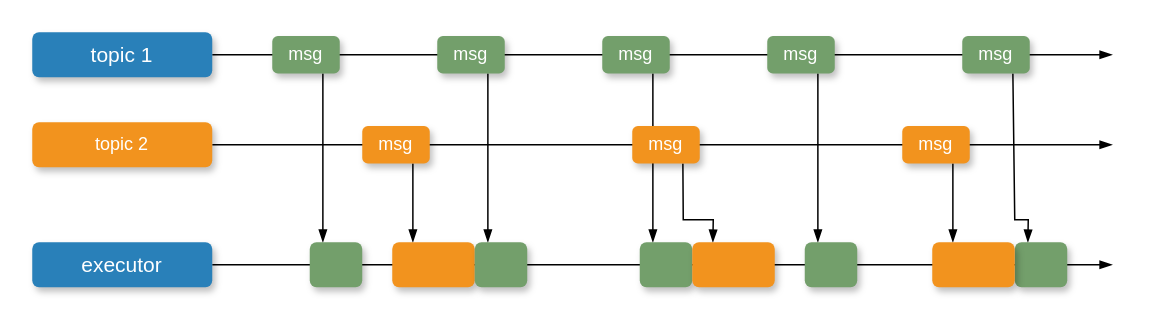
Beam-and-Spyrosoft/rtest keeps this draw.io diagram as rtest/doc/Concepts/draw.io/msg_timing.drawio. Above is the earlier version. Source tidied: cells renumbered, new cells numbered last; positions are measured from the earlier drawing's top-left corner, leaving out a move shared by most shapes. Both pictures are drawn from the tidied source at 150%, with x=0, y=0 at pixel (32, 32).
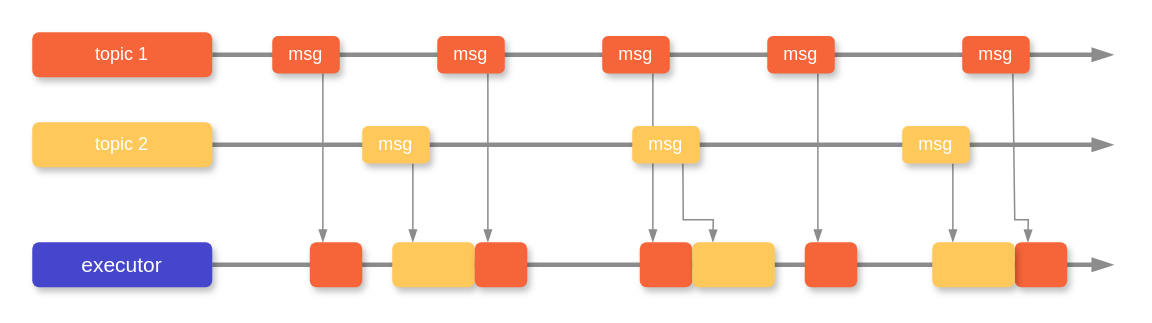
The same diagram, later.

Commit message (it also covers changes not shown here):
Update diagrams to higher resolution

Change to the diagram source:
```diff
@@
-    <mxCell id="2" style="edgeStyle=none;shape=connector;rounded=0;jettySize=auto;html=1;entryX=0.25;entryY=0;entryDx=0;entryDy=0;strokeColor=default;align=center;verticalAlign=middle;fontFamily=Helvetica;fontSize=11;fontColor=default;labelBackgroundColor=default;endArrow=blockThin;endFill=1;exitX=0.75;exitY=1;exitDx=0;exitDy=0;" parent="1" edge="1" source="18" target="19">
+    <mxCell id="2" style="edgeStyle=none;shape=connector;rounded=0;jettySize=auto;html=1;entryX=0.25;entryY=0;entryDx=0;entryDy=0;strokeColor=#8C8C8C;align=center;verticalAlign=middle;fontFamily=Helvetica;fontSize=11;fontColor=default;labelBackgroundColor=default;endArrow=blockThin;endFill=1;exitX=0.75;exitY=1;exitDx=0;exitDy=0;strokeWidth=1;" parent="1" edge="1" source="18" target="19">
       <mxGeometry relative="1" as="geometry" />
     </mxCell>
-    <mxCell id="3" style="edgeStyle=none;shape=connector;rounded=0;jettySize=auto;html=1;exitX=1;exitY=0.5;exitDx=0;exitDy=0;strokeColor=default;align=center;verticalAlign=middle;fontFamily=Helvetica;fontSize=11;fontColor=default;labelBackgroundColor=default;endArrow=blockThin;endFill=1;" parent="1" edge="1" source="4">
+    <mxCell id="3" style="edgeStyle=none;shape=connector;rounded=0;jettySize=auto;html=1;exitX=1;exitY=0.5;exitDx=0;exitDy=0;strokeColor=#8C8C8C;align=center;verticalAlign=middle;fontFamily=Helvetica;fontSize=11;fontColor=default;labelBackgroundColor=default;endArrow=blockThin;endFill=1;strokeWidth=3;" parent="1" edge="1" source="4">
       <mxGeometry relative="1" as="geometry">
         <mxPoint x="720" y="15" as="targetPoint" />
       </mxGeometry>
     </mxCell>
-    <mxCell id="4" value="topic 1" style="rounded=1;whiteSpace=wrap;html=1;strokeColor=none;strokeWidth=1;fillColor=#2980B9;fontSize=14;fontColor=#FFFFFF;align=center;gradientColor=none;gradientDirection=east;verticalAlign=middle;shadow=1;labelBackgroundColor=none;" parent="1" vertex="1">
+    <mxCell id="4" value="topic 1" style="rounded=1;whiteSpace=wrap;html=1;strokeColor=none;strokeWidth=1;fillColor=#F66539;fontSize=12;fontColor=#FFFFFF;align=center;gradientColor=none;gradientDirection=east;verticalAlign=middle;shadow=1;labelBackgroundColor=none;fontFamily=Helvetica;" parent="1" vertex="1">
       <mxGeometry width="120" height="30" as="geometry" />
     </mxCell>
-    <mxCell id="5" style="edgeStyle=none;shape=connector;rounded=0;jettySize=auto;html=1;exitX=1;exitY=0.5;exitDx=0;exitDy=0;strokeColor=default;align=center;verticalAlign=middle;fontFamily=Helvetica;fontSize=11;fontColor=default;labelBackgroundColor=default;endArrow=blockThin;endFill=1;" parent="1" edge="1" source="6">
+    <mxCell id="5" style="edgeStyle=none;shape=connector;rounded=0;jettySize=auto;html=1;exitX=1;exitY=0.5;exitDx=0;exitDy=0;strokeColor=#8C8C8C;align=center;verticalAlign=middle;fontFamily=Helvetica;fontSize=11;fontColor=default;labelBackgroundColor=default;endArrow=blockThin;endFill=1;strokeWidth=3;" parent="1" edge="1" source="6">
       <mxGeometry relative="1" as="geometry">
         <mxPoint x="720" y="75" as="targetPoint" />
       </mxGeometry>
     </mxCell>
-    <mxCell id="6" value="topic 2" style="rounded=1;whiteSpace=wrap;html=1;strokeColor=none;strokeWidth=1;fillColor=#F2931E;fontSize=12;fontColor=#FFFFFF;align=center;gradientColor=none;gradientDirection=east;verticalAlign=middle;shadow=1;labelBackgroundColor=none;fontFamily=Helvetica;" parent="1" vertex="1">
+    <mxCell id="6" value="topic 2" style="rounded=1;whiteSpace=wrap;html=1;strokeColor=none;strokeWidth=1;fillColor=#FFC85A;fontSize=12;fontColor=#FFFFFF;align=center;gradientColor=none;gradientDirection=east;verticalAlign=middle;shadow=1;labelBackgroundColor=none;fontFamily=Helvetica;" parent="1" vertex="1">
       <mxGeometry y="60" width="120" height="30" as="geometry" />
     </mxCell>
-    <mxCell id="7" style="edgeStyle=none;shape=connector;rounded=0;jettySize=auto;html=1;entryX=0.25;entryY=0;entryDx=0;entryDy=0;strokeColor=default;align=center;verticalAlign=middle;fontFamily=Helvetica;fontSize=11;fontColor=default;labelBackgroundColor=default;endArrow=blockThin;endFill=1;exitX=0.75;exitY=1;exitDx=0;exitDy=0;" parent="1" edge="1" source="8" target="13">
+    <mxCell id="7" style="edgeStyle=none;shape=connector;rounded=0;jettySize=auto;html=1;entryX=0.25;entryY=0;entryDx=0;entryDy=0;strokeColor=#8C8C8C;align=center;verticalAlign=middle;fontFamily=Helvetica;fontSize=11;fontColor=default;labelBackgroundColor=default;endArrow=blockThin;endFill=1;exitX=0.75;exitY=1;exitDx=0;exitDy=0;strokeWidth=1;" parent="1" edge="1" source="8" target="13">
       <mxGeometry relative="1" as="geometry" />
     </mxCell>
-    <mxCell id="8" value="msg" style="rounded=1;whiteSpace=wrap;html=1;strokeColor=none;strokeWidth=1;fillColor=#739F6B;fontSize=12;fontColor=#FFFFFF;align=center;gradientColor=none;gradientDirection=east;verticalAlign=middle;shadow=1;labelBackgroundColor=none;" parent="1" vertex="1">
+    <mxCell id="8" value="msg" style="rounded=1;whiteSpace=wrap;html=1;strokeColor=none;strokeWidth=1;fillColor=#F66539;fontSize=12;fontColor=#FFFFFF;align=center;gradientColor=none;gradientDirection=east;verticalAlign=middle;shadow=1;labelBackgroundColor=none;fontFamily=Helvetica;" parent="1" vertex="1">
       <mxGeometry x="160" y="2.5" width="45" height="25" as="geometry" />
     </mxCell>
-    <mxCell id="9" style="edgeStyle=none;shape=connector;rounded=0;jettySize=auto;html=1;entryX=0.25;entryY=0;entryDx=0;entryDy=0;strokeColor=default;align=center;verticalAlign=middle;fontFamily=Helvetica;fontSize=11;fontColor=default;labelBackgroundColor=default;endArrow=blockThin;endFill=1;exitX=0.75;exitY=1;exitDx=0;exitDy=0;" parent="1" edge="1" source="10" target="14">
+    <mxCell id="9" style="edgeStyle=none;shape=connector;rounded=0;jettySize=auto;html=1;entryX=0.25;entryY=0;entryDx=0;entryDy=0;strokeColor=#8C8C8C;align=center;verticalAlign=middle;fontFamily=Helvetica;fontSize=11;fontColor=default;labelBackgroundColor=default;endArrow=blockThin;endFill=1;exitX=0.75;exitY=1;exitDx=0;exitDy=0;strokeWidth=1;" parent="1" edge="1" source="10" target="14">
       <mxGeometry relative="1" as="geometry" />
     </mxCell>
-    <mxCell id="10" value="msg" style="rounded=1;whiteSpace=wrap;html=1;strokeColor=none;strokeWidth=1;fillColor=#F2931E;fontSize=12;fontColor=#FFFFFF;align=center;gradientColor=none;gradientDirection=east;verticalAlign=middle;shadow=1;labelBackgroundColor=none;" parent="1" vertex="1">
+    <mxCell id="10" value="msg" style="rounded=1;whiteSpace=wrap;html=1;strokeColor=none;strokeWidth=1;fillColor=#FFC85A;fontSize=12;fontColor=#FFFFFF;align=center;gradientColor=none;gradientDirection=east;verticalAlign=middle;shadow=1;labelBackgroundColor=none;fontFamily=Helvetica;" parent="1" vertex="1">
       <mxGeometry x="220" y="62.5" width="45" height="25" as="geometry" />
     </mxCell>
-    <mxCell id="11" style="edgeStyle=none;shape=connector;rounded=0;jettySize=auto;html=1;strokeColor=default;align=center;verticalAlign=middle;fontFamily=Helvetica;fontSize=11;fontColor=default;labelBackgroundColor=default;endArrow=blockThin;endFill=1;" parent="1" edge="1" source="12">
+    <mxCell id="11" style="edgeStyle=none;shape=connector;rounded=0;jettySize=auto;html=1;strokeColor=#8C8C8C;align=center;verticalAlign=middle;fontFamily=Helvetica;fontSize=11;fontColor=default;labelBackgroundColor=default;endArrow=blockThin;endFill=1;strokeWidth=3;" parent="1" edge="1" source="12">
       <mxGeometry relative="1" as="geometry">
         <mxPoint x="720" y="155" as="targetPoint" />
       </mxGeometry>
     </mxCell>
-    <mxCell id="12" value="executor" style="rounded=1;whiteSpace=wrap;html=1;strokeColor=none;strokeWidth=1;fillColor=#2980B9;fontSize=14;fontColor=#FFFFFF;align=center;gradientColor=none;gradientDirection=east;verticalAlign=middle;shadow=1;labelBackgroundColor=none;" parent="1" vertex="1">
+    <mxCell id="12" value="executor" style="rounded=1;whiteSpace=wrap;html=1;strokeColor=none;strokeWidth=1;fillColor=#4646CC;fontSize=14;fontColor=#FFFFFF;align=center;gradientColor=none;gradientDirection=east;verticalAlign=middle;shadow=1;labelBackgroundColor=none;" parent="1" vertex="1">
       <mxGeometry y="140" width="120" height="30" as="geometry" />
     </mxCell>
-    <mxCell id="13" style="rounded=1;whiteSpace=wrap;html=1;strokeColor=none;strokeWidth=1;fillColor=#739F6B;fontSize=12;fontColor=#FFFFFF;align=center;gradientColor=none;gradientDirection=east;verticalAlign=middle;shadow=1;labelBackgroundColor=none;fontFamily=Helvetica;" parent="1" vertex="1">
+    <mxCell id="13" style="rounded=1;whiteSpace=wrap;html=1;strokeColor=none;strokeWidth=1;fillColor=#F66539;fontSize=12;fontColor=#FFFFFF;align=center;gradientColor=none;gradientDirection=east;verticalAlign=middle;shadow=1;labelBackgroundColor=none;fontFamily=Helvetica;" parent="1" vertex="1">
       <mxGeometry x="185" y="140" width="35" height="30" as="geometry" />
     </mxCell>
-    <mxCell id="14" style="rounded=1;whiteSpace=wrap;html=1;strokeColor=none;strokeWidth=1;fillColor=#F2931E;fontSize=12;fontColor=#FFFFFF;align=center;gradientColor=none;gradientDirection=east;verticalAlign=middle;shadow=1;labelBackgroundColor=none;fontFamily=Helvetica;" parent="1" vertex="1">
+    <mxCell id="14" style="rounded=1;whiteSpace=wrap;html=1;strokeColor=none;strokeWidth=1;fillColor=#FFC85A;fontSize=12;fontColor=#FFFFFF;align=center;gradientColor=none;gradientDirection=east;verticalAlign=middle;shadow=1;labelBackgroundColor=none;fontFamily=Helvetica;" parent="1" vertex="1">
       <mxGeometry x="240" y="140" width="55" height="30" as="geometry" />
     </mxCell>
-    <mxCell id="15" style="edgeStyle=none;shape=connector;rounded=0;jettySize=auto;html=1;entryX=0.25;entryY=0;entryDx=0;entryDy=0;strokeColor=default;align=center;verticalAlign=middle;fontFamily=Helvetica;fontSize=11;fontColor=default;labelBackgroundColor=default;endArrow=blockThin;endFill=1;exitX=0.75;exitY=1;exitDx=0;exitDy=0;" parent="1" edge="1" source="16" target="17">
+    <mxCell id="15" style="edgeStyle=none;shape=connector;rounded=0;jettySize=auto;html=1;entryX=0.25;entryY=0;entryDx=0;entryDy=0;strokeColor=#8C8C8C;align=center;verticalAlign=middle;fontFamily=Helvetica;fontSize=11;fontColor=default;labelBackgroundColor=default;endArrow=blockThin;endFill=1;exitX=0.75;exitY=1;exitDx=0;exitDy=0;strokeWidth=1;" parent="1" edge="1" source="16" target="17">
       <mxGeometry relative="1" as="geometry" />
     </mxCell>
-    <mxCell id="16" value="msg" style="rounded=1;whiteSpace=wrap;html=1;strokeColor=none;strokeWidth=1;fillColor=#739F6B;fontSize=12;fontColor=#FFFFFF;align=center;gradientColor=none;gradientDirection=east;verticalAlign=middle;shadow=1;labelBackgroundColor=none;" parent="1" vertex="1">
+    <mxCell id="16" value="msg" style="rounded=1;whiteSpace=wrap;html=1;strokeColor=none;strokeWidth=1;fillColor=#F66539;fontSize=12;fontColor=#FFFFFF;align=center;gradientColor=none;gradientDirection=east;verticalAlign=middle;shadow=1;labelBackgroundColor=none;fontFamily=Helvetica;" parent="1" vertex="1">
       <mxGeometry x="270" y="2.5" width="45" height="25" as="geometry" />
     </mxCell>
-    <mxCell id="17" style="rounded=1;whiteSpace=wrap;html=1;strokeColor=none;strokeWidth=1;fillColor=#739F6B;fontSize=12;fontColor=#FFFFFF;align=center;gradientColor=none;gradientDirection=east;verticalAlign=middle;shadow=1;labelBackgroundColor=none;fontFamily=Helvetica;" parent="1" vertex="1">
+    <mxCell id="17" style="rounded=1;whiteSpace=wrap;html=1;strokeColor=none;strokeWidth=1;fillColor=#F66539;fontSize=12;fontColor=#FFFFFF;align=center;gradientColor=none;gradientDirection=east;verticalAlign=middle;shadow=1;labelBackgroundColor=none;fontFamily=Helvetica;" parent="1" vertex="1">
       <mxGeometry x="295" y="140" width="35" height="30" as="geometry" />
     </mxCell>
-    <mxCell id="18" value="msg" style="rounded=1;whiteSpace=wrap;html=1;strokeColor=none;strokeWidth=1;fillColor=#739F6B;fontSize=12;fontColor=#FFFFFF;align=center;gradientColor=none;gradientDirection=east;verticalAlign=middle;shadow=1;labelBackgroundColor=none;" parent="1" vertex="1">
+    <mxCell id="18" value="msg" style="rounded=1;whiteSpace=wrap;html=1;strokeColor=none;strokeWidth=1;fillColor=#F66539;fontSize=12;fontColor=#FFFFFF;align=center;gradientColor=none;gradientDirection=east;verticalAlign=middle;shadow=1;labelBackgroundColor=none;fontFamily=Helvetica;" parent="1" vertex="1">
       <mxGeometry x="380" y="2.5" width="45" height="25" as="geometry" />
     </mxCell>
-    <mxCell id="19" style="rounded=1;whiteSpace=wrap;html=1;strokeColor=none;strokeWidth=1;fillColor=#739F6B;fontSize=12;fontColor=#FFFFFF;align=center;gradientColor=none;gradientDirection=east;verticalAlign=middle;shadow=1;labelBackgroundColor=none;fontFamily=Helvetica;" parent="1" vertex="1">
+    <mxCell id="19" style="rounded=1;whiteSpace=wrap;html=1;strokeColor=none;strokeWidth=1;fillColor=#F66539;fontSize=12;fontColor=#FFFFFF;align=center;gradientColor=none;gradientDirection=east;verticalAlign=middle;shadow=1;labelBackgroundColor=none;fontFamily=Helvetica;" parent="1" vertex="1">
       <mxGeometry x="405" y="140" width="35" height="30" as="geometry" />
     </mxCell>
-    <mxCell id="20" style="edgeStyle=none;shape=connector;rounded=0;jettySize=auto;html=1;entryX=0.25;entryY=0;entryDx=0;entryDy=0;strokeColor=default;align=center;verticalAlign=middle;fontFamily=Helvetica;fontSize=11;fontColor=default;labelBackgroundColor=default;endArrow=blockThin;endFill=1;exitX=0.75;exitY=1;exitDx=0;exitDy=0;" parent="1" edge="1" source="21" target="22">
+    <mxCell id="20" style="edgeStyle=none;shape=connector;rounded=0;jettySize=auto;html=1;entryX=0.25;entryY=0;entryDx=0;entryDy=0;strokeColor=#8C8C8C;align=center;verticalAlign=middle;fontFamily=Helvetica;fontSize=11;fontColor=default;labelBackgroundColor=default;endArrow=blockThin;endFill=1;exitX=0.75;exitY=1;exitDx=0;exitDy=0;strokeWidth=1;" parent="1" edge="1" source="21" target="22">
       <mxGeometry relative="1" as="geometry" />
     </mxCell>
-    <mxCell id="21" value="msg" style="rounded=1;whiteSpace=wrap;html=1;strokeColor=none;strokeWidth=1;fillColor=#739F6B;fontSize=12;fontColor=#FFFFFF;align=center;gradientColor=none;gradientDirection=east;verticalAlign=middle;shadow=1;labelBackgroundColor=none;" parent="1" vertex="1">
+    <mxCell id="21" value="msg" style="rounded=1;whiteSpace=wrap;html=1;strokeColor=none;strokeWidth=1;fillColor=#F66539;fontSize=12;fontColor=#FFFFFF;align=center;gradientColor=none;gradientDirection=east;verticalAlign=middle;shadow=1;labelBackgroundColor=none;fontFamily=Helvetica;" parent="1" vertex="1">
       <mxGeometry x="490" y="2.5" width="45" height="25" as="geometry" />
     </mxCell>
-    <mxCell id="22" style="rounded=1;whiteSpace=wrap;html=1;strokeColor=none;strokeWidth=1;fillColor=#739F6B;fontSize=12;fontColor=#FFFFFF;align=center;gradientColor=none;gradientDirection=east;verticalAlign=middle;shadow=1;labelBackgroundColor=none;fontFamily=Helvetica;" parent="1" vertex="1">
+    <mxCell id="22" style="rounded=1;whiteSpace=wrap;html=1;strokeColor=none;strokeWidth=1;fillColor=#F66539;fontSize=12;fontColor=#FFFFFF;align=center;gradientColor=none;gradientDirection=east;verticalAlign=middle;shadow=1;labelBackgroundColor=none;fontFamily=Helvetica;" parent="1" vertex="1">
       <mxGeometry x="515" y="140" width="35" height="30" as="geometry" />
     </mxCell>
-    <mxCell id="23" style="edgeStyle=none;shape=connector;rounded=0;jettySize=auto;html=1;entryX=0.25;entryY=0;entryDx=0;entryDy=0;strokeColor=default;align=center;verticalAlign=middle;fontFamily=Helvetica;fontSize=11;fontColor=default;labelBackgroundColor=default;endArrow=blockThin;endFill=1;exitX=0.75;exitY=1;exitDx=0;exitDy=0;" parent="1" edge="1" source="24" target="25">
+    <mxCell id="23" style="edgeStyle=none;shape=connector;rounded=0;jettySize=auto;html=1;entryX=0.25;entryY=0;entryDx=0;entryDy=0;strokeColor=#8C8C8C;align=center;verticalAlign=middle;fontFamily=Helvetica;fontSize=11;fontColor=default;labelBackgroundColor=default;endArrow=blockThin;endFill=1;exitX=0.75;exitY=1;exitDx=0;exitDy=0;strokeWidth=1;" parent="1" edge="1" source="24" target="25">
       <mxGeometry relative="1" as="geometry">
         <Array as="points">
           <mxPoint x="655" y="125" />
           <mxPoint x="664" y="125" />
         </Array>
       </mxGeometry>
     </mxCell>
-    <mxCell id="24" value="msg" style="rounded=1;whiteSpace=wrap;html=1;strokeColor=none;strokeWidth=1;fillColor=#739F6B;fontSize=12;fontColor=#FFFFFF;align=center;gradientColor=none;gradientDirection=east;verticalAlign=middle;shadow=1;labelBackgroundColor=none;" parent="1" vertex="1">
+    <mxCell id="24" value="msg" style="rounded=1;whiteSpace=wrap;html=1;strokeColor=none;strokeWidth=1;fillColor=#F66539;fontSize=12;fontColor=#FFFFFF;align=center;gradientColor=none;gradientDirection=east;verticalAlign=middle;shadow=1;labelBackgroundColor=none;fontFamily=Helvetica;" parent="1" vertex="1">
       <mxGeometry x="620" y="2.5" width="45" height="25" as="geometry" />
     </mxCell>
-    <mxCell id="25" style="rounded=1;whiteSpace=wrap;html=1;strokeColor=none;strokeWidth=1;fillColor=#739F6B;fontSize=12;fontColor=#FFFFFF;align=center;gradientColor=none;gradientDirection=east;verticalAlign=middle;shadow=1;labelBackgroundColor=none;fontFamily=Helvetica;" parent="1" vertex="1">
+    <mxCell id="25" style="rounded=1;whiteSpace=wrap;html=1;strokeColor=none;strokeWidth=1;fillColor=#F66539;fontSize=12;fontColor=#FFFFFF;align=center;gradientColor=none;gradientDirection=east;verticalAlign=middle;shadow=1;labelBackgroundColor=none;fontFamily=Helvetica;" parent="1" vertex="1">
       <mxGeometry x="655" y="140" width="35" height="30" as="geometry" />
     </mxCell>
-    <mxCell id="26" style="edgeStyle=none;shape=connector;rounded=0;jettySize=auto;html=1;entryX=0.25;entryY=0;entryDx=0;entryDy=0;strokeColor=default;align=center;verticalAlign=middle;fontFamily=Helvetica;fontSize=11;fontColor=default;labelBackgroundColor=default;endArrow=blockThin;endFill=1;exitX=0.75;exitY=1;exitDx=0;exitDy=0;" parent="1" edge="1" source="27" target="28">
+    <mxCell id="26" style="edgeStyle=none;shape=connector;rounded=0;jettySize=auto;html=1;entryX=0.25;entryY=0;entryDx=0;entryDy=0;strokeColor=#8C8C8C;align=center;verticalAlign=middle;fontFamily=Helvetica;fontSize=11;fontColor=default;labelBackgroundColor=default;endArrow=blockThin;endFill=1;exitX=0.75;exitY=1;exitDx=0;exitDy=0;strokeWidth=1;" parent="1" edge="1" source="27" target="28">
       <mxGeometry relative="1" as="geometry">
         <Array as="points">
           <mxPoint x="434" y="125" />
           <mxPoint x="454" y="125" />
         </Array>
       </mxGeometry>
     </mxCell>
-    <mxCell id="27" value="msg" style="rounded=1;whiteSpace=wrap;html=1;strokeColor=none;strokeWidth=1;fillColor=#F2931E;fontSize=12;fontColor=#FFFFFF;align=center;gradientColor=none;gradientDirection=east;verticalAlign=middle;shadow=1;labelBackgroundColor=none;" parent="1" vertex="1">
+    <mxCell id="27" value="msg" style="rounded=1;whiteSpace=wrap;html=1;strokeColor=none;strokeWidth=1;fillColor=#FFC85A;fontSize=12;fontColor=#FFFFFF;align=center;gradientColor=none;gradientDirection=east;verticalAlign=middle;shadow=1;labelBackgroundColor=none;fontFamily=Helvetica;" parent="1" vertex="1">
       <mxGeometry x="400" y="62.5" width="45" height="25" as="geometry" />
     </mxCell>
-    <mxCell id="28" style="rounded=1;whiteSpace=wrap;html=1;strokeColor=none;strokeWidth=1;fillColor=#F2931E;fontSize=12;fontColor=#FFFFFF;align=center;gradientColor=none;gradientDirection=east;verticalAlign=middle;shadow=1;labelBackgroundColor=none;fontFamily=Helvetica;" parent="1" vertex="1">
+    <mxCell id="28" style="rounded=1;whiteSpace=wrap;html=1;strokeColor=none;strokeWidth=1;fillColor=#FFC85A;fontSize=12;fontColor=#FFFFFF;align=center;gradientColor=none;gradientDirection=east;verticalAlign=middle;shadow=1;labelBackgroundColor=none;fontFamily=Helvetica;" parent="1" vertex="1">
       <mxGeometry x="440" y="140" width="55" height="30" as="geometry" />
     </mxCell>
-    <mxCell id="29" style="edgeStyle=none;shape=connector;rounded=0;jettySize=auto;html=1;entryX=0.25;entryY=0;entryDx=0;entryDy=0;strokeColor=default;align=center;verticalAlign=middle;fontFamily=Helvetica;fontSize=11;fontColor=default;labelBackgroundColor=default;endArrow=blockThin;endFill=1;exitX=0.75;exitY=1;exitDx=0;exitDy=0;" parent="1" edge="1" source="30" target="31">
+    <mxCell id="29" style="edgeStyle=none;shape=connector;rounded=0;jettySize=auto;html=1;entryX=0.25;entryY=0;entryDx=0;entryDy=0;strokeColor=#8C8C8C;align=center;verticalAlign=middle;fontFamily=Helvetica;fontSize=11;fontColor=default;labelBackgroundColor=default;endArrow=blockThin;endFill=1;exitX=0.75;exitY=1;exitDx=0;exitDy=0;strokeWidth=1;" parent="1" edge="1" source="30" target="31">
       <mxGeometry relative="1" as="geometry" />
     </mxCell>
-    <mxCell id="30" value="msg" style="rounded=1;whiteSpace=wrap;html=1;strokeColor=none;strokeWidth=1;fillColor=#F2931E;fontSize=12;fontColor=#FFFFFF;align=center;gradientColor=none;gradientDirection=east;verticalAlign=middle;shadow=1;labelBackgroundColor=none;" parent="1" vertex="1">
+    <mxCell id="30" value="msg" style="rounded=1;whiteSpace=wrap;html=1;strokeColor=none;strokeWidth=1;fillColor=#FFC85A;fontSize=12;fontColor=#FFFFFF;align=center;gradientColor=none;gradientDirection=east;verticalAlign=middle;shadow=1;labelBackgroundColor=none;fontFamily=Helvetica;" parent="1" vertex="1">
       <mxGeometry x="580" y="62.5" width="45" height="25" as="geometry" />
     </mxCell>
-    <mxCell id="31" style="rounded=1;whiteSpace=wrap;html=1;strokeColor=none;strokeWidth=1;fillColor=#F2931E;fontSize=12;fontColor=#FFFFFF;align=center;gradientColor=none;gradientDirection=east;verticalAlign=middle;shadow=1;labelBackgroundColor=none;fontFamily=Helvetica;" parent="1" vertex="1">
+    <mxCell id="31" style="rounded=1;whiteSpace=wrap;html=1;strokeColor=none;strokeWidth=1;fillColor=#FFC85A;fontSize=12;fontColor=#FFFFFF;align=center;gradientColor=none;gradientDirection=east;verticalAlign=middle;shadow=1;labelBackgroundColor=none;fontFamily=Helvetica;" parent="1" vertex="1">
       <mxGeometry x="600" y="140" width="55" height="30" as="geometry" />
     </mxCell>
```
